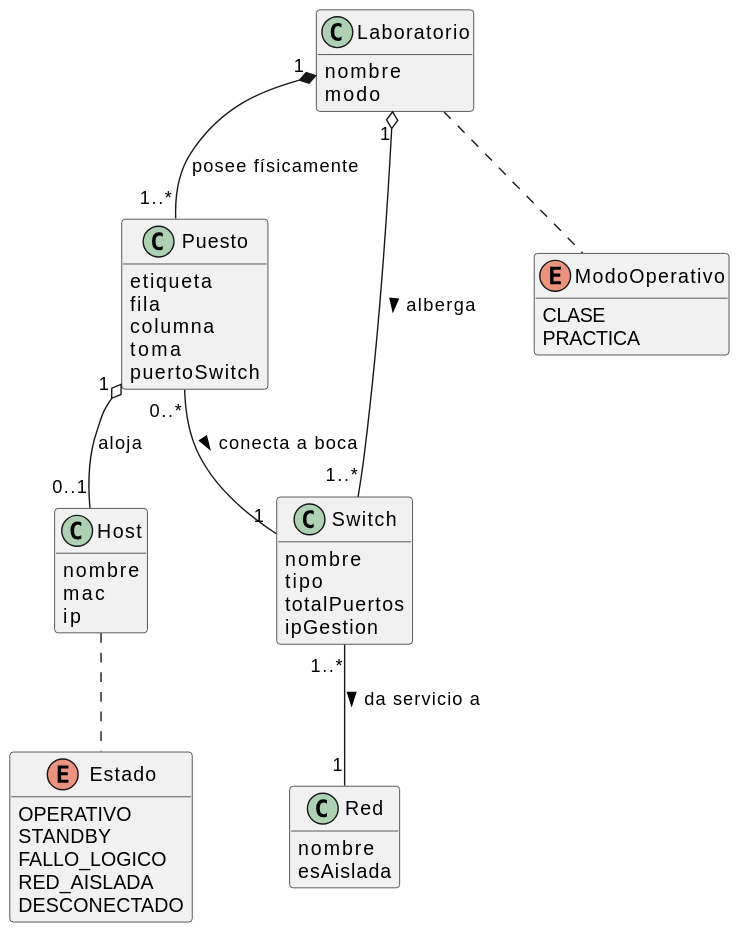
Before: images/00-modelo-del-dominio/diagrama-clases.svg, a diagram exported from PlantUML (Carlos-Lima2510/mesh-panel).
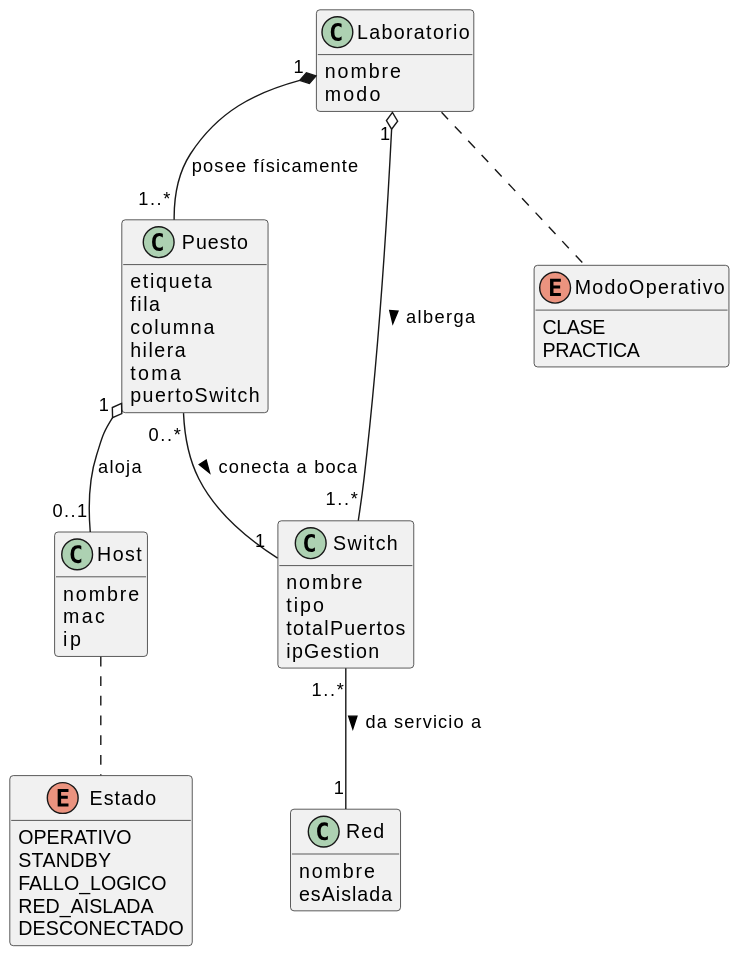
After the commit.

Diff of the diagram source:
```diff
@@ -10,6 +10,7 @@
     etiqueta
     fila
     columna
+    hilera
     toma
     puertoSwitch
 }
```
